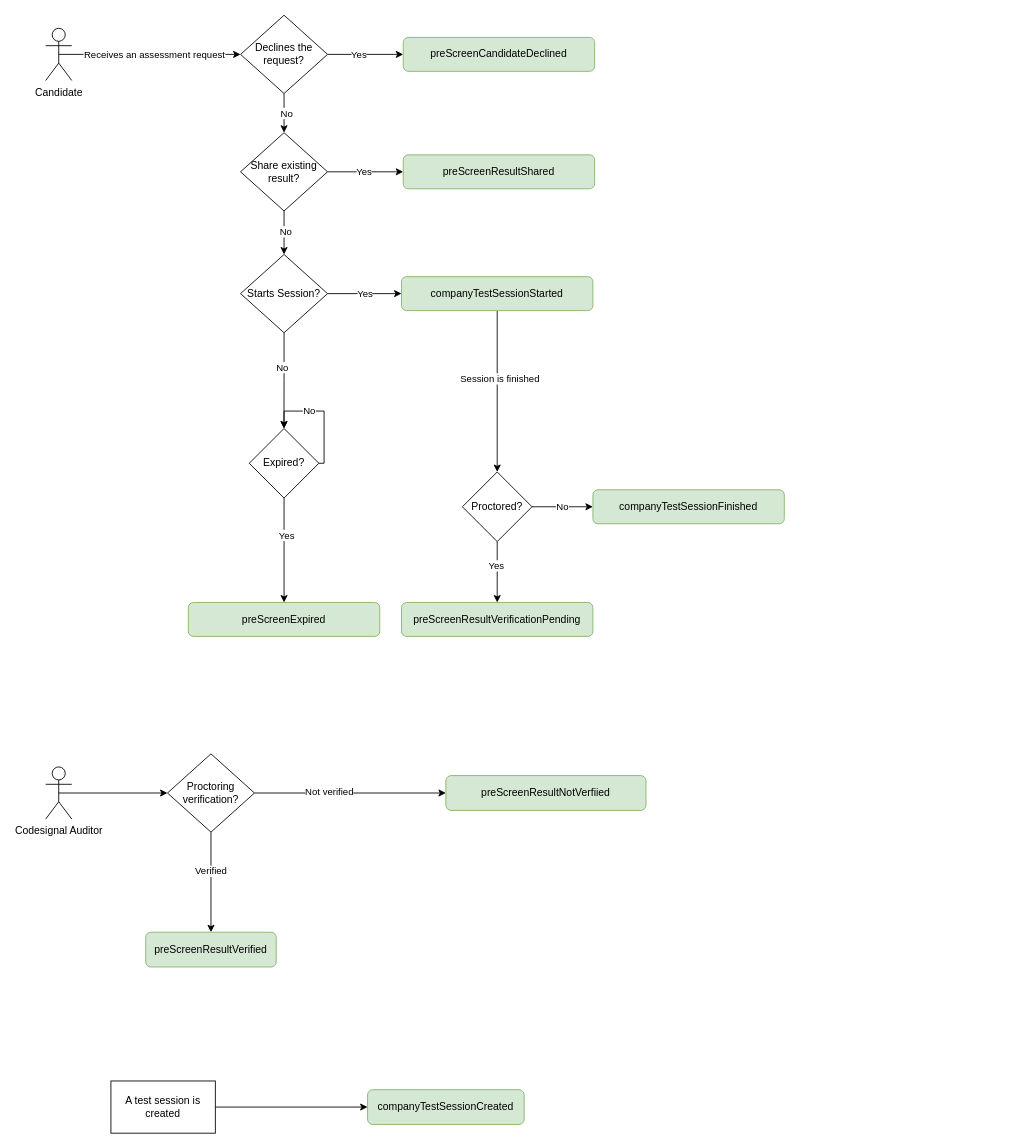
Before: docs/diagrams/webhooks-flow.drawio in CodeSignal/developer-docs, a draw.io diagram. Source tidied: cells renumbered, new cells numbered last; positions are measured from the earlier drawing's top-left corner, leaving out a move shared by most shapes. Both pictures are drawn from the tidied source at 87%, with x=0, y=0 at pixel (45, 15).
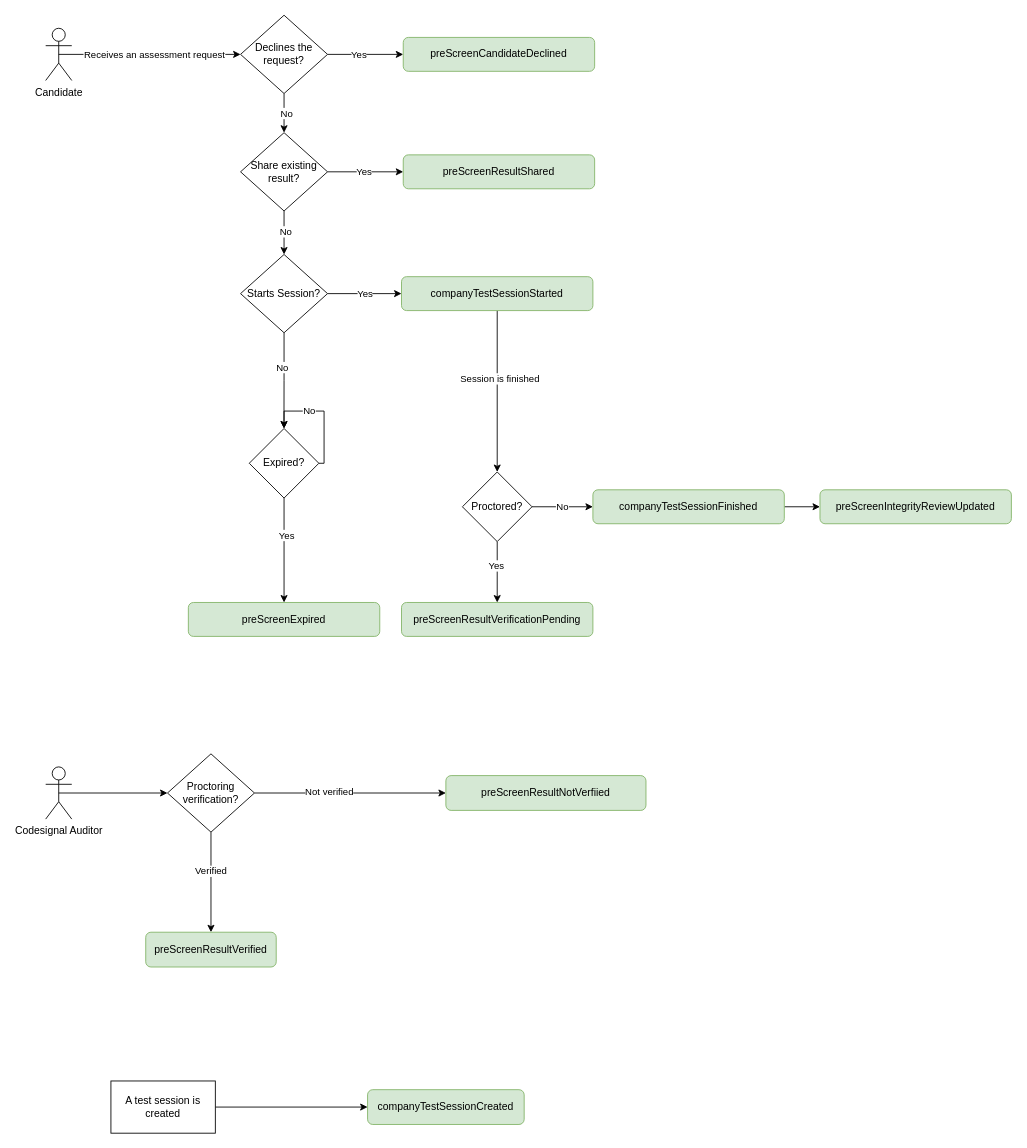
The same diagram, later.

Unchanged cells that the change refers to:
```xml
<mxCell id="22" value="companyTestSessionFinished" style="rounded=1;whiteSpace=wrap;html=1;fillColor=#d5e8d4;strokeColor=#82b366;" parent="1" vertex="1">
  <mxGeometry x="629" y="545.5" width="220" height="39" as="geometry" />
</mxCell>
```

What changed in the source:
```diff
@@
+    <mxCell id="47" style="edgeStyle=orthogonalEdgeStyle;rounded=0;jettySize=auto;html=1;" parent="1" edge="1" source="22" target="48">
+      <mxGeometry relative="1" as="geometry" />
+    </mxCell>
@@
+    <mxCell id="48" value="preScreenIntegrityReviewUpdated" style="rounded=1;whiteSpace=wrap;html=1;fillColor=#d5e8d4;strokeColor=#82b366;" parent="1" vertex="1">
+      <mxGeometry x="890" y="545.5" width="220" height="39" as="geometry" />
+    </mxCell>
```
